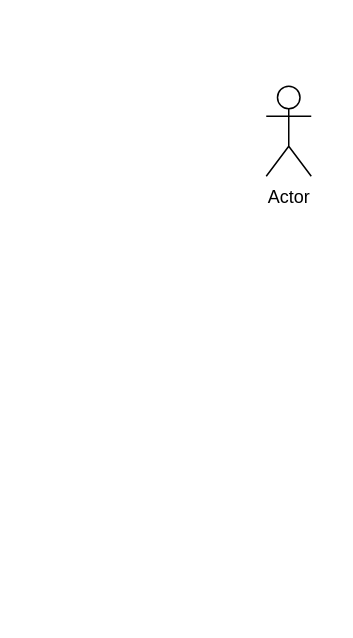
Earlier version of the draw.io diagram docs/test1.drawio (jtuttas/curriculum). Source tidied: cells renumbered, new cells numbered last; positions are measured from the earlier drawing's top-left corner, leaving out a move shared by most shapes. Both pictures are drawn from the tidied source at 150%, with x=0, y=0 at pixel (266, 86).
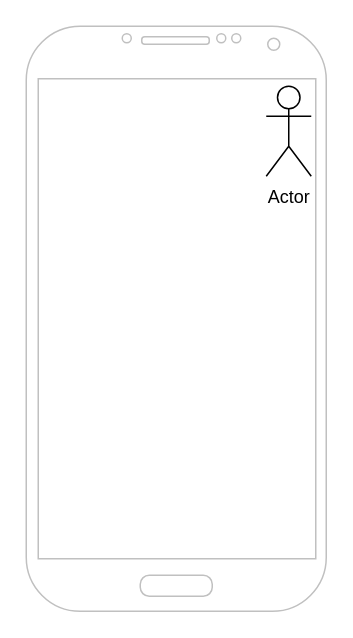
Above is the later version.

The edit, as a diff of the source:
```diff
@@
 <mxGraphModel>
   <root>
     <mxCell id="0" />
     <mxCell id="1" parent="0" />
     <mxCell id="2" value="Actor" style="shape=umlActor;verticalLabelPosition=bottom;verticalAlign=top;html=1;" parent="1" vertex="1">
       <mxGeometry width="30" height="60" as="geometry" />
     </mxCell>
+    <mxCell id="3" style="verticalLabelPosition=bottom;verticalAlign=top;html=1;shadow=0;dashed=0;strokeWidth=1;shape=mxgraph.android.phone2;strokeColor=#c0c0c0;" parent="1" vertex="1">
+      <mxGeometry x="-160" y="-40" width="200" height="390" as="geometry" />
+    </mxCell>
   </root>
 </mxGraphModel>
```
